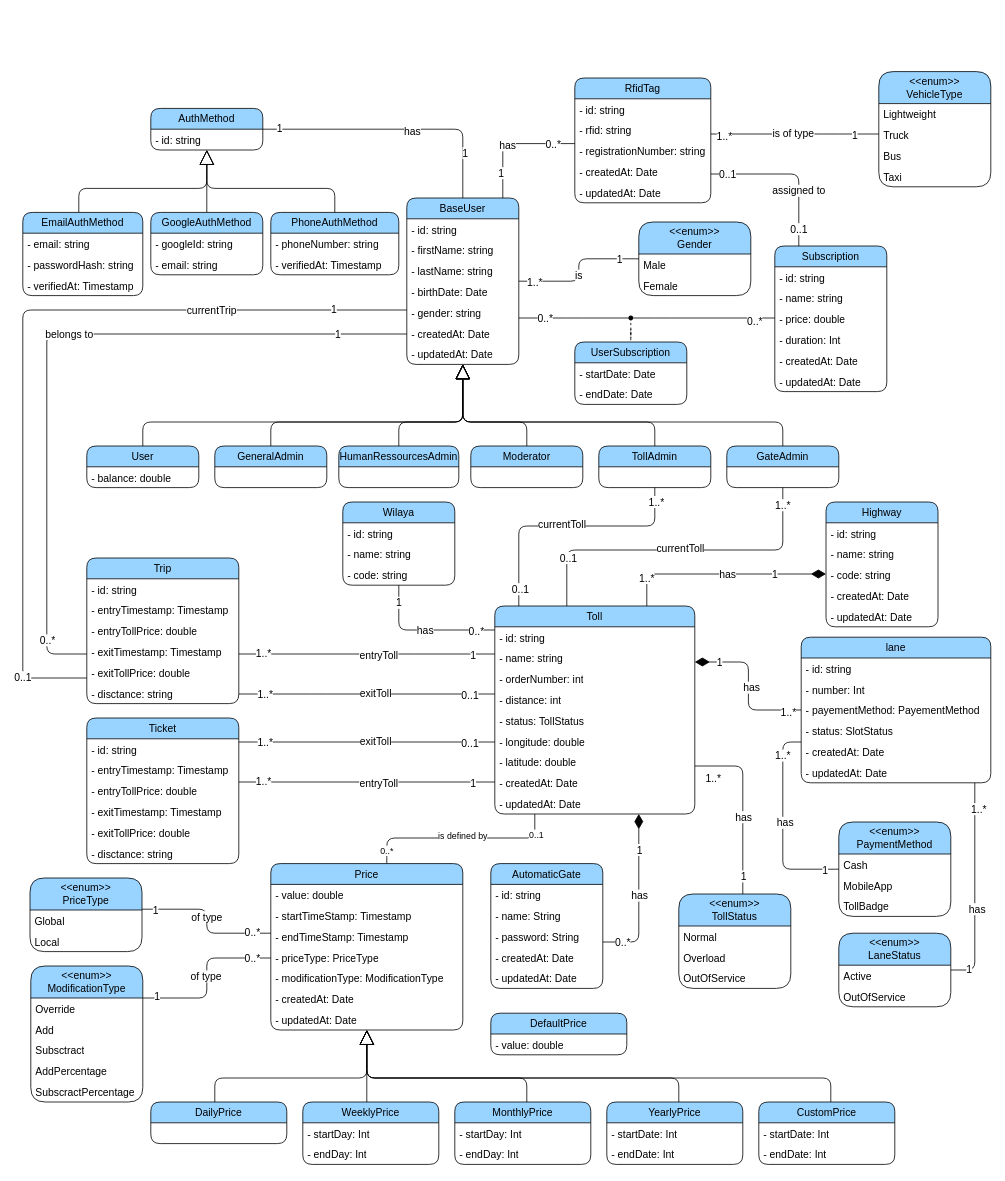
Earlier version of the draw.io diagram diagrams/class-diagram.drawio (devlotfi/peage-pay). Source tidied: cells renumbered, new cells numbered last; positions are measured from the earlier drawing's top-left corner, leaving out a move shared by most shapes. Both pictures are drawn from the tidied source at 80%, with x=0, y=0 at pixel (22, 71).
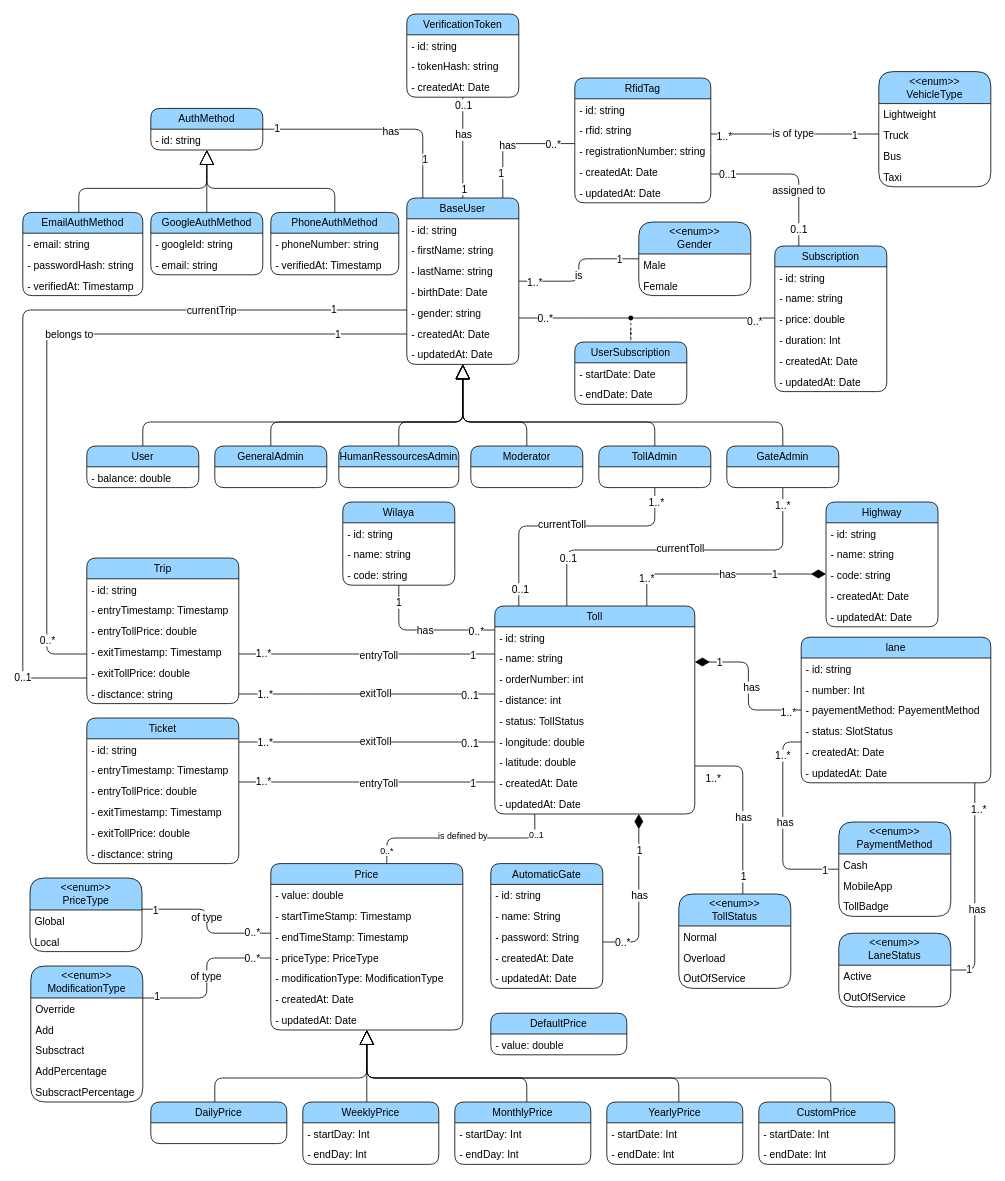
The same diagram, later.

Unchanged cells that the change refers to:
```xml
<mxCell id="38" value="BaseUser" style="swimlane;fontStyle=0;horizontal=1;startSize=26;fillColor=#99D3FF;whiteSpace=wrap;html=1;fontFamily=Helvetica;fontSize=13;fontColor=default;fillStyle=auto;rounded=1;glass=0;shadow=0;swimlaneFillColor=none;gradientColor=none;" parent="1" vertex="1">
  <mxGeometry x="480" y="158" width="140" height="208" as="geometry" />
</mxCell>
<mxCell id="111" value="AuthMethod" style="swimlane;fontStyle=0;horizontal=1;startSize=26;whiteSpace=wrap;html=1;fontFamily=Helvetica;fontSize=13;fillColor=#99D3FF;fillStyle=auto;rounded=1;glass=0;shadow=0;swimlaneFillColor=none;gradientColor=none;fontColor=default;" parent="1" vertex="1">
  <mxGeometry x="160" y="46" width="140" height="52" as="geometry" />
</mxCell>
```

What changed in the source:
```diff
@@
     <mxCell id="122" style="endArrow=none;endFill=0;endSize=24;html=1;rounded=1;labelBackgroundColor=default;strokeColor=default;align=center;verticalAlign=middle;fontFamily=Helvetica;fontSize=13;fontColor=default;shape=connector;edgeStyle=orthogonalEdgeStyle;curved=0;" parent="1" edge="1" source="111" target="38">
       <mxGeometry relative="1" as="geometry">
         <Array as="points">
-          <mxPoint x="550" y="72" />
+          <mxPoint x="500" y="72" />
         </Array>
       </mxGeometry>
     </mxCell>
@@
+    <mxCell id="255" style="edgeStyle=orthogonalEdgeStyle;rounded=1;jettySize=auto;html=1;strokeColor=default;align=center;verticalAlign=middle;fontFamily=Helvetica;fontSize=13;fontColor=default;labelBackgroundColor=default;endArrow=none;endFill=0;endSize=24;" parent="1" edge="1" source="259" target="38">
+      <mxGeometry relative="1" as="geometry">
+        <Array as="points">
+          <mxPoint x="550" y="118" />
+          <mxPoint x="550" y="118" />
+        </Array>
+      </mxGeometry>
+    </mxCell>
+    <mxCell id="256" value="has" style="edgeLabel;html=1;align=center;verticalAlign=middle;fontFamily=Helvetica;fontSize=13;fontColor=default;labelBackgroundColor=default;" parent="255" vertex="1">
+      <mxGeometry x="-0.27" relative="1" as="geometry" />
+    </mxCell>
+    <mxCell id="257" value="0..1" style="edgeLabel;html=1;align=center;verticalAlign=middle;fontFamily=Helvetica;fontSize=13;fontColor=default;labelBackgroundColor=default;" parent="255" vertex="1">
+      <mxGeometry x="-0.85" relative="1" as="geometry" />
+    </mxCell>
+    <mxCell id="258" value="1" style="edgeLabel;html=1;align=center;verticalAlign=middle;fontFamily=Helvetica;fontSize=13;fontColor=default;labelBackgroundColor=default;" parent="255" vertex="1">
+      <mxGeometry x="0.81" y="1" relative="1" as="geometry" />
+    </mxCell>
+    <mxCell id="259" value="VerificationToken" style="swimlane;fontStyle=0;horizontal=1;startSize=26;fillColor=#99D3FF;whiteSpace=wrap;html=1;fontFamily=Helvetica;fontSize=13;fontColor=default;fillStyle=auto;rounded=1;glass=0;shadow=0;swimlaneFillColor=none;gradientColor=none;" parent="1" vertex="1">
+      <mxGeometry x="480" y="-72" width="140" height="104" as="geometry" />
+    </mxCell>
+    <mxCell id="260" value="- id: string" style="text;strokeColor=none;fillColor=none;align=left;verticalAlign=top;spacingLeft=4;spacingRight=4;overflow=hidden;whiteSpace=wrap;html=1;fontSize=13;fontFamily=Helvetica;fontColor=default;" parent="259" vertex="1">
+      <mxGeometry y="26" width="140" height="26" as="geometry" />
+    </mxCell>
+    <mxCell id="261" value="- tokenHash: string" style="text;strokeColor=none;fillColor=none;align=left;verticalAlign=top;spacingLeft=4;spacingRight=4;overflow=hidden;whiteSpace=wrap;html=1;fontSize=13;fontFamily=Helvetica;fontColor=default;" parent="259" vertex="1">
+      <mxGeometry y="52" width="140" height="26" as="geometry" />
+    </mxCell>
+    <mxCell id="262" value="- createdAt: Date" style="text;strokeColor=none;fillColor=none;align=left;verticalAlign=top;spacingLeft=4;spacingRight=4;overflow=hidden;whiteSpace=wrap;html=1;fontSize=13;fontFamily=Helvetica;fontColor=default;" parent="259" vertex="1">
+      <mxGeometry y="78" width="140" height="26" as="geometry" />
+    </mxCell>
```
